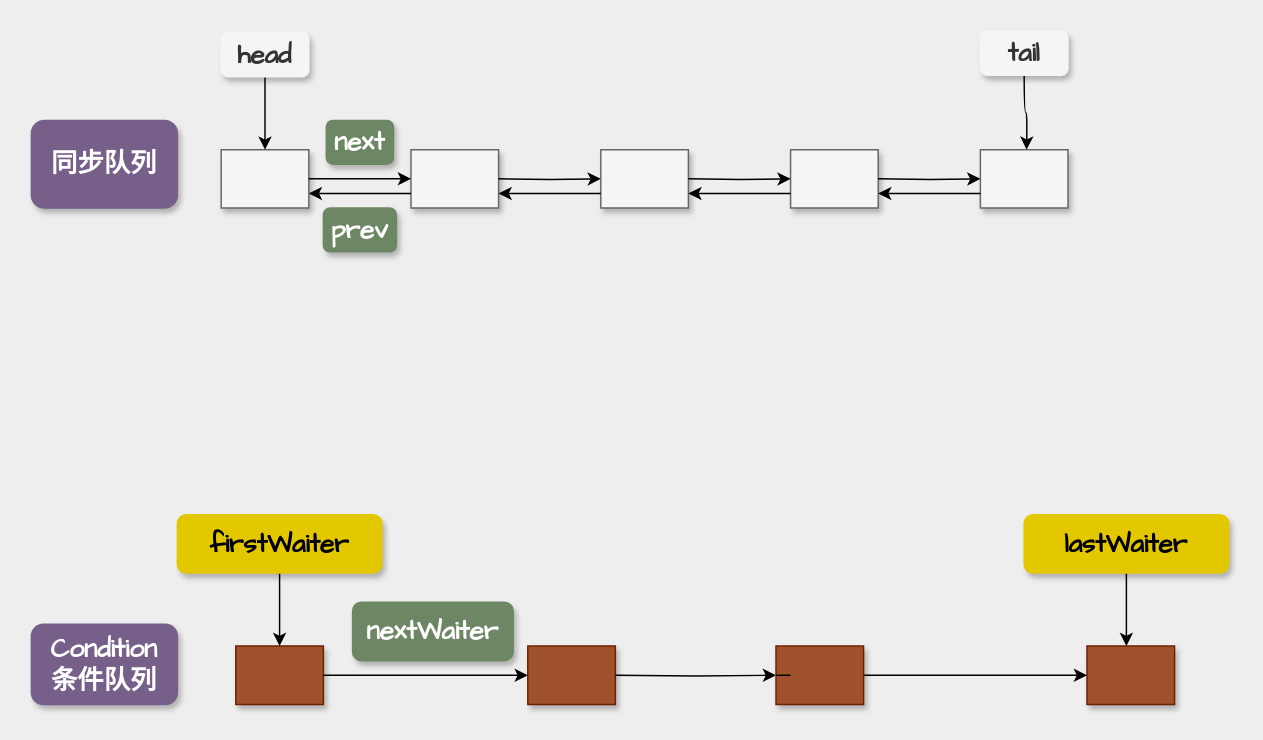
This is page "notFull" (3 of 7) of thread/AQS-Condition.drawio from mydlxy/draw, a draw.io file, before an edit. Source tidied: cells renumbered, new cells numbered last; positions are measured from the earlier drawing's top-left corner, leaving out a move shared by most shapes. Both pictures are drawn from the tidied source at 146%, with x=0, y=0 at pixel (31, 31).
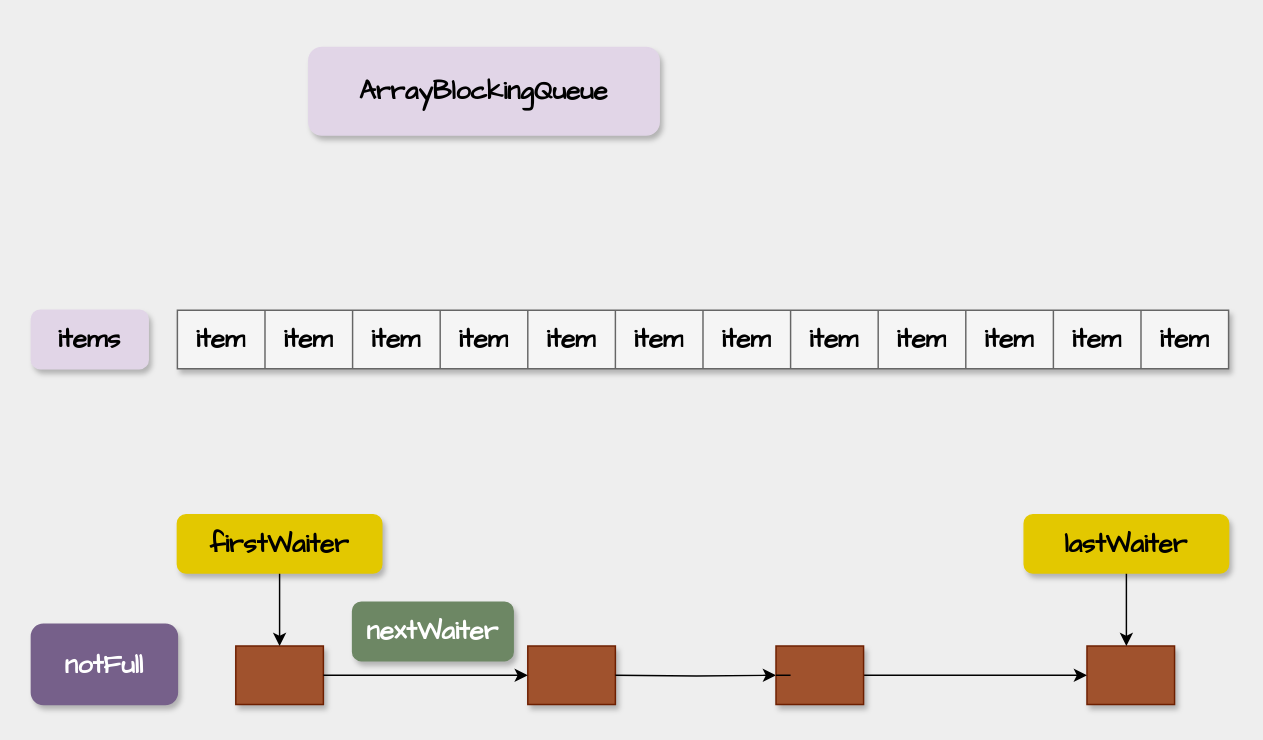
The same page after the edit.

Diff of the diagram source:
```diff
@@
-    <mxCell id="2" style="shape=table;startSize=0;childLayout=tableLayout;shadow=1;sketch=0;strokeColor=#666666;fontColor=#333333;fillColor=#f5f5f5;" parent="1" vertex="1">
-      <mxGeometry x="130" y="81" width="60" height="40" as="geometry" />
-    </mxCell>
-    <mxCell id="3" style="shape=tableRow;horizontal=0;startSize=0;swimlaneHead=0;swimlaneBody=0;top=0;left=0;bottom=0;right=0;fillColor=none;points=[[0,0.5],[1,0.5]];portConstraint=eastwest;shadow=1;sketch=0;strokeColor=#909090;fontColor=#1A1A1A;" parent="2" vertex="1">
-      <mxGeometry width="60" height="40" as="geometry" />
-    </mxCell>
-    <mxCell id="4" style="shape=partialRectangle;html=1;whiteSpace=wrap;overflow=hidden;fillColor=none;top=0;left=0;bottom=0;right=0;shadow=1;sketch=0;strokeColor=#909090;fontColor=#1A1A1A;" parent="3" vertex="1">
-      <mxGeometry width="60" height="40" as="geometry" />
-    </mxCell>
-    <mxCell id="5" style="shape=table;startSize=0;childLayout=tableLayout;shadow=1;sketch=0;strokeColor=#666666;fontColor=#333333;fillColor=#f5f5f5;" parent="1" vertex="1">
-      <mxGeometry x="260" y="81" width="60" height="40" as="geometry" />
-    </mxCell>
-    <mxCell id="6" style="shape=tableRow;horizontal=0;startSize=0;swimlaneHead=0;swimlaneBody=0;top=0;left=0;bottom=0;right=0;fillColor=none;points=[[0,0.5],[1,0.5]];portConstraint=eastwest;shadow=1;sketch=0;strokeColor=#909090;fontColor=#1A1A1A;" parent="5" vertex="1">
-      <mxGeometry width="60" height="40" as="geometry" />
-    </mxCell>
-    <mxCell id="7" style="shape=partialRectangle;html=1;whiteSpace=wrap;overflow=hidden;fillColor=none;top=0;left=0;bottom=0;right=0;shadow=1;sketch=0;strokeColor=#909090;fontColor=#1A1A1A;" parent="6" vertex="1">
-      <mxGeometry width="60" height="40" as="geometry" />
-    </mxCell>
-    <mxCell id="8" style="edgeStyle=orthogonalEdgeStyle;rounded=0;jettySize=auto;html=1;entryX=0;entryY=0.5;entryDx=0;entryDy=0;strokeColor=#000000;fontColor=#1A1A1A;" parent="1" edge="1" source="3" target="6">
-      <mxGeometry relative="1" as="geometry" />
-    </mxCell>
-    <mxCell id="9" style="endArrow=classic;html=1;rounded=0;strokeColor=#000000;fontColor=#1A1A1A;" parent="1" edge="1">
-      <mxGeometry relative="1" as="geometry">
-        <mxPoint x="260" y="111" as="sourcePoint" />
-        <mxPoint x="190" y="111" as="targetPoint" />
-      </mxGeometry>
-    </mxCell>
-    <mxCell id="10" style="shape=table;startSize=0;childLayout=tableLayout;shadow=1;sketch=0;strokeColor=#666666;fontColor=#333333;fillColor=#f5f5f5;" parent="1" vertex="1">
-      <mxGeometry x="390" y="81" width="60" height="40" as="geometry" />
-    </mxCell>
-    <mxCell id="11" style="shape=tableRow;horizontal=0;startSize=0;swimlaneHead=0;swimlaneBody=0;top=0;left=0;bottom=0;right=0;fillColor=none;points=[[0,0.5],[1,0.5]];portConstraint=eastwest;shadow=1;sketch=0;strokeColor=#909090;fontColor=#1A1A1A;" parent="10" vertex="1">
-      <mxGeometry width="60" height="40" as="geometry" />
-    </mxCell>
-    <mxCell id="12" style="shape=partialRectangle;html=1;whiteSpace=wrap;overflow=hidden;fillColor=none;top=0;left=0;bottom=0;right=0;shadow=1;sketch=0;strokeColor=#909090;fontColor=#1A1A1A;" parent="11" vertex="1">
-      <mxGeometry width="60" height="40" as="geometry" />
-    </mxCell>
-    <mxCell id="13" style="edgeStyle=orthogonalEdgeStyle;rounded=0;jettySize=auto;html=1;entryX=0;entryY=0.5;entryDx=0;entryDy=0;strokeColor=#000000;fontColor=#1A1A1A;" parent="1" edge="1" target="11">
-      <mxGeometry relative="1" as="geometry">
-        <mxPoint x="320" y="101" as="sourcePoint" />
-      </mxGeometry>
-    </mxCell>
-    <mxCell id="14" style="endArrow=classic;html=1;rounded=0;strokeColor=#000000;fontColor=#1A1A1A;" parent="1" edge="1">
-      <mxGeometry relative="1" as="geometry">
-        <mxPoint x="390" y="111" as="sourcePoint" />
-        <mxPoint x="320" y="111" as="targetPoint" />
-      </mxGeometry>
-    </mxCell>
-    <mxCell id="15" style="shape=table;startSize=0;childLayout=tableLayout;shadow=1;sketch=0;strokeColor=#666666;fontColor=#333333;fillColor=#f5f5f5;" parent="1" vertex="1">
-      <mxGeometry x="520" y="81" width="60" height="40" as="geometry" />
-    </mxCell>
-    <mxCell id="16" style="shape=tableRow;horizontal=0;startSize=0;swimlaneHead=0;swimlaneBody=0;top=0;left=0;bottom=0;right=0;fillColor=none;points=[[0,0.5],[1,0.5]];portConstraint=eastwest;shadow=1;sketch=0;strokeColor=#909090;fontColor=#1A1A1A;" parent="15" vertex="1">
-      <mxGeometry width="60" height="40" as="geometry" />
-    </mxCell>
-    <mxCell id="17" style="shape=partialRectangle;html=1;whiteSpace=wrap;overflow=hidden;fillColor=none;top=0;left=0;bottom=0;right=0;shadow=1;sketch=0;strokeColor=#909090;fontColor=#1A1A1A;" parent="16" vertex="1">
-      <mxGeometry width="60" height="40" as="geometry" />
-    </mxCell>
-    <mxCell id="18" style="edgeStyle=orthogonalEdgeStyle;rounded=0;jettySize=auto;html=1;entryX=0;entryY=0.5;entryDx=0;entryDy=0;strokeColor=#000000;fontColor=#1A1A1A;" parent="1" edge="1" target="16">
-      <mxGeometry relative="1" as="geometry">
-        <mxPoint x="450" y="101" as="sourcePoint" />
-      </mxGeometry>
-    </mxCell>
-    <mxCell id="19" style="endArrow=classic;html=1;rounded=0;strokeColor=#000000;fontColor=#1A1A1A;" parent="1" edge="1">
-      <mxGeometry relative="1" as="geometry">
-        <mxPoint x="520" y="111" as="sourcePoint" />
-        <mxPoint x="450" y="111" as="targetPoint" />
-      </mxGeometry>
-    </mxCell>
-    <mxCell id="20" style="shape=table;startSize=0;childLayout=tableLayout;shadow=1;sketch=0;strokeColor=#666666;fontColor=#333333;fillColor=#f5f5f5;" parent="1" vertex="1">
-      <mxGeometry x="650" y="81" width="60" height="40" as="geometry" />
-    </mxCell>
-    <mxCell id="21" style="shape=tableRow;horizontal=0;startSize=0;swimlaneHead=0;swimlaneBody=0;top=0;left=0;bottom=0;right=0;fillColor=none;points=[[0,0.5],[1,0.5]];portConstraint=eastwest;shadow=1;sketch=0;strokeColor=#909090;fontColor=#1A1A1A;" parent="20" vertex="1">
-      <mxGeometry width="60" height="40" as="geometry" />
-    </mxCell>
-    <mxCell id="22" style="shape=partialRectangle;html=1;whiteSpace=wrap;overflow=hidden;fillColor=none;top=0;left=0;bottom=0;right=0;shadow=1;sketch=0;strokeColor=#909090;fontColor=#1A1A1A;" parent="21" vertex="1">
-      <mxGeometry width="60" height="40" as="geometry" />
-    </mxCell>
-    <mxCell id="23" style="edgeStyle=orthogonalEdgeStyle;rounded=0;jettySize=auto;html=1;entryX=0;entryY=0.5;entryDx=0;entryDy=0;strokeColor=#000000;fontColor=#1A1A1A;" parent="1" edge="1" target="21">
-      <mxGeometry relative="1" as="geometry">
-        <mxPoint x="580" y="101" as="sourcePoint" />
-      </mxGeometry>
-    </mxCell>
-    <mxCell id="24" style="endArrow=classic;html=1;rounded=0;strokeColor=#000000;fontColor=#1A1A1A;" parent="1" edge="1">
-      <mxGeometry relative="1" as="geometry">
-        <mxPoint x="650" y="111" as="sourcePoint" />
-        <mxPoint x="580" y="111" as="targetPoint" />
-      </mxGeometry>
-    </mxCell>
-    <mxCell id="25" style="edgeStyle=orthogonalEdgeStyle;curved=1;rounded=0;jettySize=auto;html=1;entryX=0.5;entryY=0;entryDx=0;entryDy=0;entryPerimeter=0;strokeColor=#000000;fontFamily=Comic Sans MS;fontSize=18;fontColor=#1A1A1A;" parent="1" edge="1" source="26" target="3">
-      <mxGeometry relative="1" as="geometry" />
-    </mxCell>
-    <mxCell id="26" value="&lt;font style=&quot;font-size: 18px;&quot; face=&quot;Comic Sans MS&quot;&gt;&lt;b&gt;head&lt;/b&gt;&lt;/font&gt;" style="text;html=1;strokeColor=#F5F5F5;fillColor=#F5F5F5;align=center;verticalAlign=middle;whiteSpace=wrap;rounded=1;shadow=1;sketch=0;fontColor=#333333;" parent="1" vertex="1">
-      <mxGeometry x="130" y="1" width="60" height="30" as="geometry" />
-    </mxCell>
-    <mxCell id="27" style="edgeStyle=orthogonalEdgeStyle;curved=1;rounded=0;jettySize=auto;html=1;entryX=0.693;entryY=0.025;entryDx=0;entryDy=0;entryPerimeter=0;strokeColor=#000000;fontFamily=Comic Sans MS;fontSize=18;fontColor=#1A1A1A;" parent="1" edge="1" source="28">
-      <mxGeometry relative="1" as="geometry">
-        <mxPoint x="681.6" y="81" as="targetPoint" />
-      </mxGeometry>
-    </mxCell>
-    <mxCell id="28" value="&lt;font style=&quot;font-size: 18px;&quot; face=&quot;Comic Sans MS&quot;&gt;&lt;b&gt;tail&lt;/b&gt;&lt;/font&gt;" style="text;html=1;strokeColor=#F5F5F5;fillColor=#F5F5F5;align=center;verticalAlign=middle;whiteSpace=wrap;rounded=1;shadow=1;sketch=0;fontColor=#333333;" parent="1" vertex="1">
-      <mxGeometry x="650" width="60" height="30" as="geometry" />
-    </mxCell>
@@
-    <mxCell id="46" value="&lt;b&gt;prev&lt;/b&gt;" style="rounded=1;whiteSpace=wrap;html=1;shadow=1;sketch=0;strokeColor=#6D8764;fontFamily=Comic Sans MS;fontSize=18;fontColor=#ffffff;fillColor=#6D8764;" parent="1" vertex="1">
-      <mxGeometry x="200" y="121" width="50" height="30" as="geometry" />
-    </mxCell>
-    <mxCell id="47" value="&lt;b&gt;next&lt;/b&gt;" style="rounded=1;whiteSpace=wrap;html=1;shadow=1;sketch=0;strokeColor=#6D8764;fontFamily=Comic Sans MS;fontSize=18;fontColor=#ffffff;fillColor=#6D8764;" parent="1" vertex="1">
-      <mxGeometry x="202" y="61" width="46" height="30" as="geometry" />
-    </mxCell>
-    <mxCell id="48" value="&lt;b&gt;同步队列&lt;/b&gt;" style="text;html=1;strokeColor=#76608A;fillColor=#76608A;align=center;verticalAlign=middle;whiteSpace=wrap;rounded=1;shadow=1;sketch=0;fontFamily=Comic Sans MS;fontSize=18;fontColor=#ffffff;" parent="1" vertex="1">
-      <mxGeometry y="61" width="100" height="60" as="geometry" />
-    </mxCell>
-    <mxCell id="49" value="&lt;b&gt;Condition&lt;br&gt;条件队列&lt;br&gt;&lt;/b&gt;" style="text;html=1;strokeColor=#76608A;fillColor=#76608A;align=center;verticalAlign=middle;whiteSpace=wrap;rounded=1;shadow=1;sketch=0;fontFamily=Comic Sans MS;fontSize=18;fontColor=#ffffff;" parent="1" vertex="1">
+    <mxCell id="49" value="&lt;b&gt;notFull&lt;br&gt;&lt;/b&gt;" style="text;html=1;strokeColor=#76608A;fillColor=#76608A;align=center;verticalAlign=middle;whiteSpace=wrap;rounded=1;shadow=1;sketch=0;fontFamily=Comic Sans MS;fontSize=18;fontColor=#ffffff;" parent="1" vertex="1">
       <mxGeometry y="406" width="100" height="55" as="geometry" />
     </mxCell>
@@
+    <mxCell id="54" style="shape=table;startSize=0;childLayout=tableLayout;fillColor=#f5f5f5;fontColor=#333333;strokeColor=#666666;shadow=1;" parent="1" vertex="1">
+      <mxGeometry x="100" y="191" width="720" height="40" as="geometry" />
+    </mxCell>
+    <mxCell id="55" style="shape=tableRow;horizontal=0;startSize=0;swimlaneHead=0;swimlaneBody=0;top=0;left=0;bottom=0;right=0;fillColor=none;" parent="54" vertex="1">
+      <mxGeometry width="720" height="40" as="geometry" />
+    </mxCell>
+    <mxCell id="56" value="&lt;font style=&quot;font-size: 18px;&quot; face=&quot;Comic Sans MS&quot;&gt;&lt;b&gt;item&lt;/b&gt;&lt;/font&gt;" style="shape=partialRectangle;html=1;whiteSpace=wrap;overflow=hidden;fillColor=none;top=0;left=0;bottom=0;right=0;" parent="55" vertex="1">
+      <mxGeometry width="60" height="40" as="geometry" />
+    </mxCell>
+    <mxCell id="57" value="&lt;b style=&quot;font-family: &amp;quot;Comic Sans MS&amp;quot;; font-size: 18px;&quot;&gt;item&lt;/b&gt;" style="shape=partialRectangle;html=1;whiteSpace=wrap;overflow=hidden;fillColor=none;top=0;left=0;bottom=0;right=0;" parent="55" vertex="1">
+      <mxGeometry x="60" width="60" height="40" as="geometry" />
+    </mxCell>
+    <mxCell id="58" value="&lt;b style=&quot;font-family: &amp;quot;Comic Sans MS&amp;quot;; font-size: 18px;&quot;&gt;item&lt;/b&gt;" style="shape=partialRectangle;html=1;whiteSpace=wrap;overflow=hidden;fillColor=none;top=0;left=0;bottom=0;right=0;" parent="55" vertex="1">
+      <mxGeometry x="120" width="60" height="40" as="geometry" />
+    </mxCell>
+    <mxCell id="59" value="&lt;b style=&quot;font-family: &amp;quot;Comic Sans MS&amp;quot;; font-size: 18px;&quot;&gt;item&lt;/b&gt;" style="shape=partialRectangle;html=1;whiteSpace=wrap;overflow=hidden;fillColor=none;top=0;left=0;bottom=0;right=0;" parent="55" vertex="1">
+      <mxGeometry x="180" width="60" height="40" as="geometry" />
+    </mxCell>
+    <mxCell id="60" value="&lt;b style=&quot;font-family: &amp;quot;Comic Sans MS&amp;quot;; font-size: 18px;&quot;&gt;item&lt;/b&gt;" style="shape=partialRectangle;html=1;whiteSpace=wrap;overflow=hidden;fillColor=none;top=0;left=0;bottom=0;right=0;" parent="55" vertex="1">
+      <mxGeometry x="240" width="60" height="40" as="geometry" />
+    </mxCell>
+    <mxCell id="61" value="&lt;b style=&quot;font-family: &amp;quot;Comic Sans MS&amp;quot;; font-size: 18px;&quot;&gt;item&lt;/b&gt;" style="shape=partialRectangle;html=1;whiteSpace=wrap;overflow=hidden;fillColor=none;top=0;left=0;bottom=0;right=0;" parent="55" vertex="1">
+      <mxGeometry x="300" width="60" height="40" as="geometry" />
+    </mxCell>
+    <mxCell id="62" value="&lt;b style=&quot;font-family: &amp;quot;Comic Sans MS&amp;quot;; font-size: 18px;&quot;&gt;item&lt;/b&gt;" style="shape=partialRectangle;html=1;whiteSpace=wrap;overflow=hidden;fillColor=none;top=0;left=0;bottom=0;right=0;" parent="55" vertex="1">
+      <mxGeometry x="360" width="60" height="40" as="geometry" />
+    </mxCell>
+    <mxCell id="63" value="&lt;b style=&quot;font-family: &amp;quot;Comic Sans MS&amp;quot;; font-size: 18px;&quot;&gt;item&lt;/b&gt;" style="shape=partialRectangle;html=1;whiteSpace=wrap;overflow=hidden;fillColor=none;top=0;left=0;bottom=0;right=0;" parent="55" vertex="1">
+      <mxGeometry x="420" width="60" height="40" as="geometry" />
+    </mxCell>
+    <mxCell id="64" value="&lt;b style=&quot;font-family: &amp;quot;Comic Sans MS&amp;quot;; font-size: 18px;&quot;&gt;item&lt;/b&gt;" style="shape=partialRectangle;html=1;whiteSpace=wrap;overflow=hidden;fillColor=none;top=0;left=0;bottom=0;right=0;" parent="55" vertex="1">
+      <mxGeometry x="480" width="60" height="40" as="geometry" />
+    </mxCell>
+    <mxCell id="65" value="&lt;b style=&quot;font-family: &amp;quot;Comic Sans MS&amp;quot;; font-size: 18px;&quot;&gt;item&lt;/b&gt;" style="shape=partialRectangle;html=1;whiteSpace=wrap;overflow=hidden;fillColor=none;top=0;left=0;bottom=0;right=0;" parent="55" vertex="1">
+      <mxGeometry x="540" width="60" height="40" as="geometry" />
+    </mxCell>
+    <mxCell id="66" value="&lt;b style=&quot;font-family: &amp;quot;Comic Sans MS&amp;quot;; font-size: 18px;&quot;&gt;item&lt;/b&gt;" style="shape=partialRectangle;html=1;whiteSpace=wrap;overflow=hidden;fillColor=none;top=0;left=0;bottom=0;right=0;" parent="55" vertex="1">
+      <mxGeometry x="600" width="60" height="40" as="geometry" />
+    </mxCell>
+    <mxCell id="67" value="&lt;b style=&quot;font-family: &amp;quot;Comic Sans MS&amp;quot;; font-size: 18px;&quot;&gt;item&lt;/b&gt;" style="shape=partialRectangle;html=1;whiteSpace=wrap;overflow=hidden;fillColor=none;top=0;left=0;bottom=0;right=0;" parent="55" vertex="1">
+      <mxGeometry x="660" width="60" height="40" as="geometry" />
+    </mxCell>
+    <mxCell id="68" value="&lt;font style=&quot;font-size: 18px;&quot; face=&quot;Comic Sans MS&quot;&gt;&lt;b&gt;items&lt;/b&gt;&lt;/font&gt;" style="text;html=1;strokeColor=#E1D5E7;fillColor=#E1D5E7;align=center;verticalAlign=middle;whiteSpace=wrap;rounded=1;shadow=1;" parent="1" vertex="1">
+      <mxGeometry y="191" width="80" height="40" as="geometry" />
+    </mxCell>
+    <mxCell id="69" value="&lt;font style=&quot;font-size: 18px;&quot; face=&quot;Comic Sans MS&quot;&gt;&lt;b&gt;ArrayBlockingQueue&lt;/b&gt;&lt;/font&gt;" style="text;html=1;strokeColor=#E1D5E7;fillColor=#E1D5E7;align=center;verticalAlign=middle;whiteSpace=wrap;rounded=1;shadow=1;" parent="1" vertex="1">
+      <mxGeometry x="190" y="11" width="240" height="60" as="geometry" />
+    </mxCell>
```
